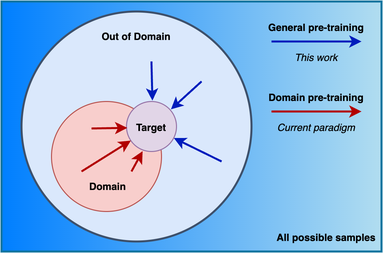
Before: figures/domains.drawio.png, a diagram exported from draw.io (alexodavies/general-gcl). Source tidied: cells renumbered, new cells last; positions are measured from the earlier drawing's top-left corner, leaving out a move shared by most shapes.
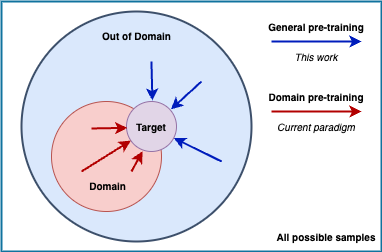
After the change.

What changed in the source:
```diff
@@ -2,7 +2,7 @@
   <root>
     <mxCell id="0" />
     <mxCell id="1" parent="0" />
-    <mxCell id="2" style="rounded=0;whiteSpace=wrap;html=1;fontSize=10;fillStyle=hatch;fillColor=#b1ddf0;strokeColor=#10739e;strokeWidth=2;gradientDirection=west;gradientColor=#007FFF;" parent="1" vertex="1">
+    <mxCell id="2" style="rounded=0;whiteSpace=wrap;html=1;fontSize=10;fillStyle=hatch;fillColor=none;strokeColor=#10739e;strokeWidth=2;gradientDirection=west;gradientColor=#007FFF;" parent="1" vertex="1">
       <mxGeometry width="380" height="250" as="geometry" />
     </mxCell>
     <mxCell id="3" style="ellipse;whiteSpace=wrap;html=1;fillColor=#dae8fc;strokeColor=#3D506B;strokeWidth=2;" parent="1" vertex="1">
```
